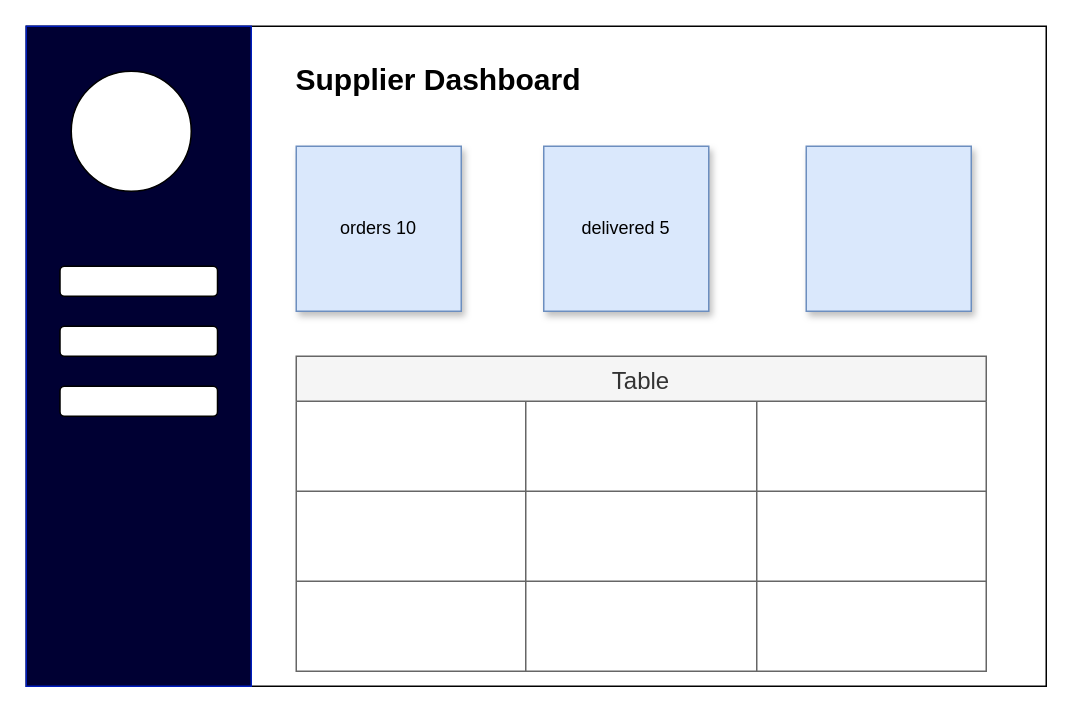
This is page "supplier dashboard" (2 of 10) of Untitled Diagram.drawio from pramodrk22/test, a draw.io file, before an edit. Source tidied: cells renumbered, new cells numbered last; positions are measured from the earlier drawing's top-left corner, leaving out a move shared by most shapes. Both pictures are drawn from the tidied source at 150%, with x=0, y=0 at pixel (26, 26).
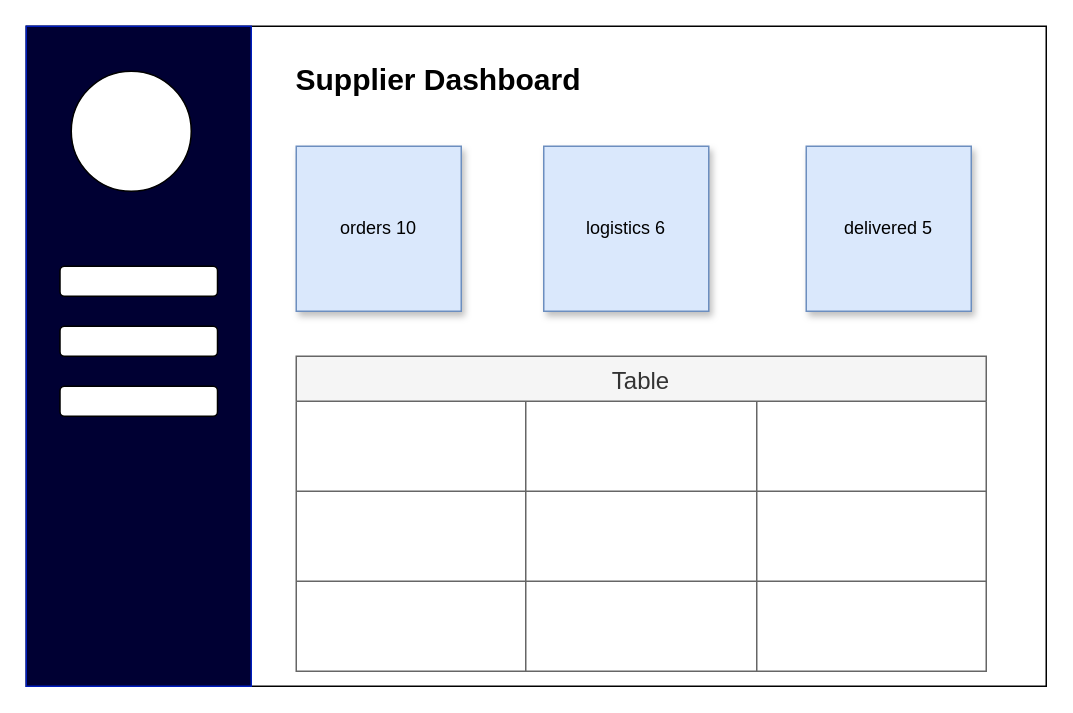
Above is the later version.

Change to the diagram source:
```diff
@@
-    <mxCell id="10" value="delivered 5" style="whiteSpace=wrap;html=1;fillColor=#dae8fc;strokeColor=#6c8ebf;shadow=1;" parent="1" vertex="1">
+    <mxCell id="10" value="logistics 6" style="whiteSpace=wrap;html=1;fillColor=#dae8fc;strokeColor=#6c8ebf;shadow=1;" parent="1" vertex="1">
       <mxGeometry x="345" y="80" width="110" height="110" as="geometry" />
     </mxCell>
-    <mxCell id="11" style="whiteSpace=wrap;html=1;fillColor=#dae8fc;strokeColor=#6c8ebf;shadow=1;" parent="1" vertex="1">
+    <mxCell id="11" value="delivered 5" style="whiteSpace=wrap;html=1;fillColor=#dae8fc;strokeColor=#6c8ebf;shadow=1;" parent="1" vertex="1">
       <mxGeometry x="520" y="80" width="110" height="110" as="geometry" />
     </mxCell>
```
